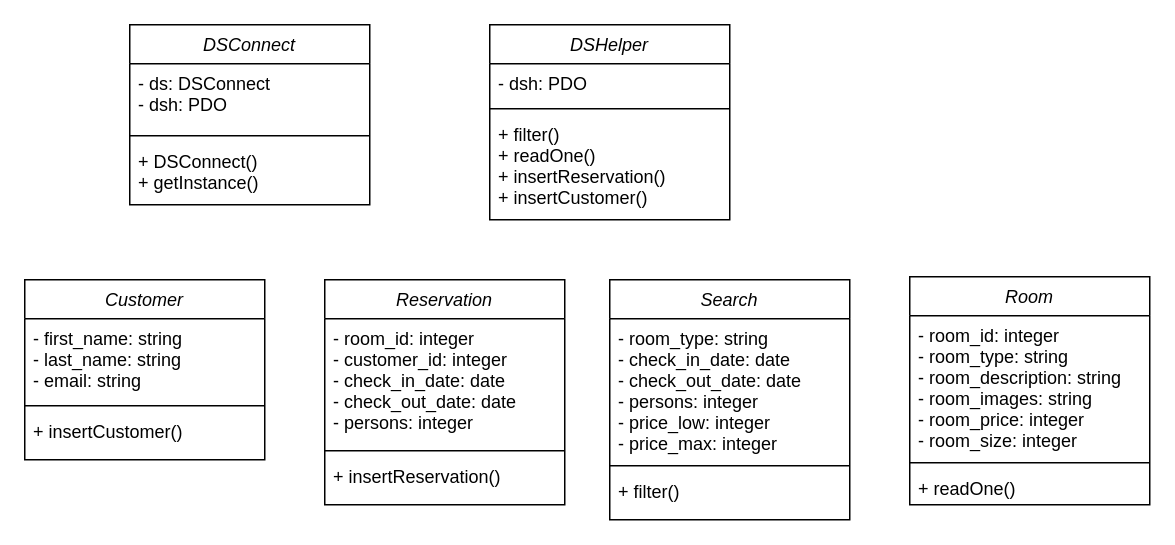
Above: uml/hotel_educom.drawio in redfiretim/Hotel_Admin_API (draw.io), before the change. Source tidied: cells renumbered, new cells numbered last; positions are measured from the earlier drawing's top-left corner, leaving out a move shared by most shapes. Both pictures are drawn from the tidied source at 150%, with x=0, y=0 at pixel (24, 24).
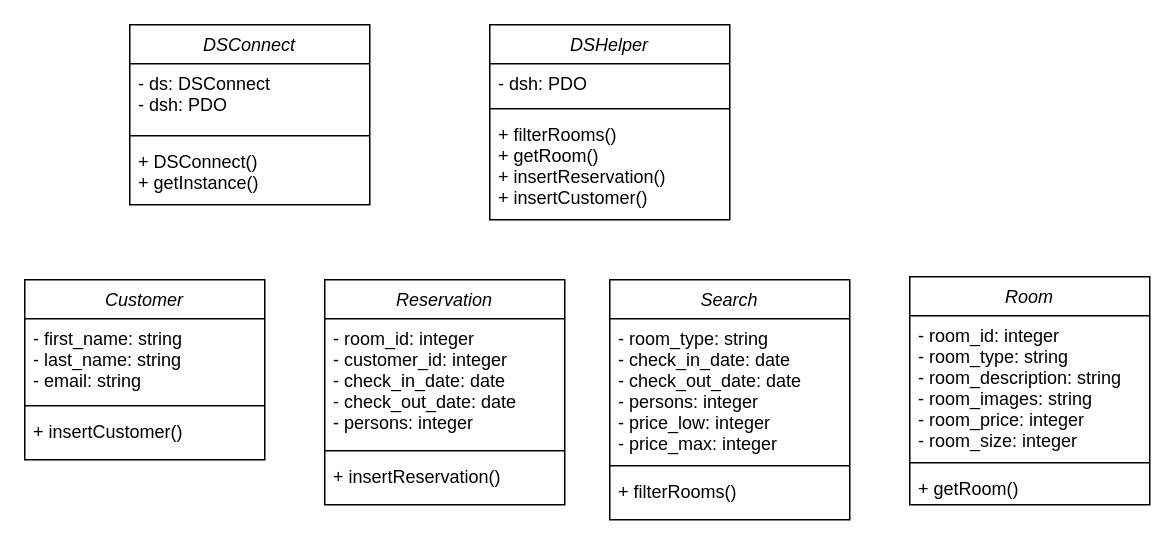
Above is the later version.

Commit message:
methods filter and readone are renamed

The change refers to these unchanged cells:
```xml
<mxCell id="2" value="DSHelper" style="swimlane;fontStyle=2;align=center;verticalAlign=top;horizontal=1;startSize=26;rounded=0;shadow=0;strokeWidth=1;" parent="1" vertex="1">
  <mxGeometry x="310" width="160" height="130" as="geometry" />
</mxCell>
<mxCell id="14" value="Room" style="swimlane;fontStyle=2;align=center;verticalAlign=top;horizontal=1;startSize=26;rounded=0;shadow=0;strokeWidth=1;" parent="1" vertex="1">
  <mxGeometry x="590" y="168" width="160" height="152" as="geometry" />
</mxCell>
<mxCell id="22" value="Search" style="swimlane;fontStyle=2;align=center;verticalAlign=top;horizontal=1;startSize=26;rounded=0;shadow=0;strokeWidth=1;" parent="1" vertex="1">
  <mxGeometry x="390" y="170" width="160" height="160" as="geometry" />
</mxCell>
```

What changed in the source:
```diff
@@
-    <mxCell id="5" value="+ filter()&#10;+ readOne()&#10;+ insertReservation()&#10;+ insertCustomer()" style="text;align=left;verticalAlign=top;spacingLeft=4;spacingRight=4;overflow=hidden;" parent="2" vertex="1">
+    <mxCell id="5" value="+ filterRooms()&#10;+ getRoom()&#10;+ insertReservation()&#10;+ insertCustomer()" style="text;align=left;verticalAlign=top;spacingLeft=4;spacingRight=4;overflow=hidden;" parent="2" vertex="1">
       <mxGeometry y="60" width="160" height="70" as="geometry" />
     </mxCell>
@@
-    <mxCell id="17" value="+ readOne()" style="text;align=left;verticalAlign=top;spacingLeft=4;spacingRight=4;overflow=hidden;" parent="14" vertex="1">
+    <mxCell id="17" value="+ getRoom()" style="text;align=left;verticalAlign=top;spacingLeft=4;spacingRight=4;overflow=hidden;" parent="14" vertex="1">
       <mxGeometry y="128" width="160" height="22" as="geometry" />
     </mxCell>
@@
-    <mxCell id="25" value="+ filter()" style="text;align=left;verticalAlign=top;spacingLeft=4;spacingRight=4;overflow=hidden;" parent="22" vertex="1">
+    <mxCell id="25" value="+ filterRooms()" style="text;align=left;verticalAlign=top;spacingLeft=4;spacingRight=4;overflow=hidden;" parent="22" vertex="1">
       <mxGeometry y="128" width="160" height="22" as="geometry" />
     </mxCell>
```
